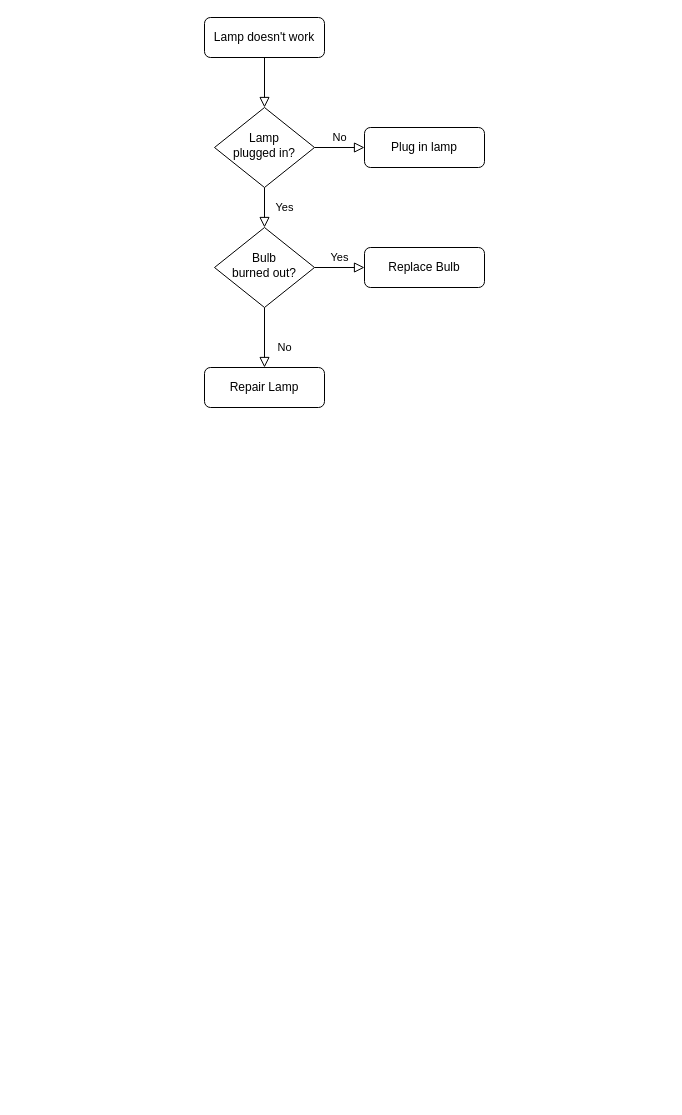
Earlier version of the draw.io diagram page "Page-1" (1 of 2) of Untitled Diagram.drawio (siyuan652/Ros_arduino_RobotArm_Joy). Source tidied: cells renumbered, new cells numbered last; positions are measured from the earlier drawing's top-left corner, leaving out a move shared by most shapes. Both pictures are drawn from the tidied source at 100%, with x=0, y=0 at pixel (204, 17).
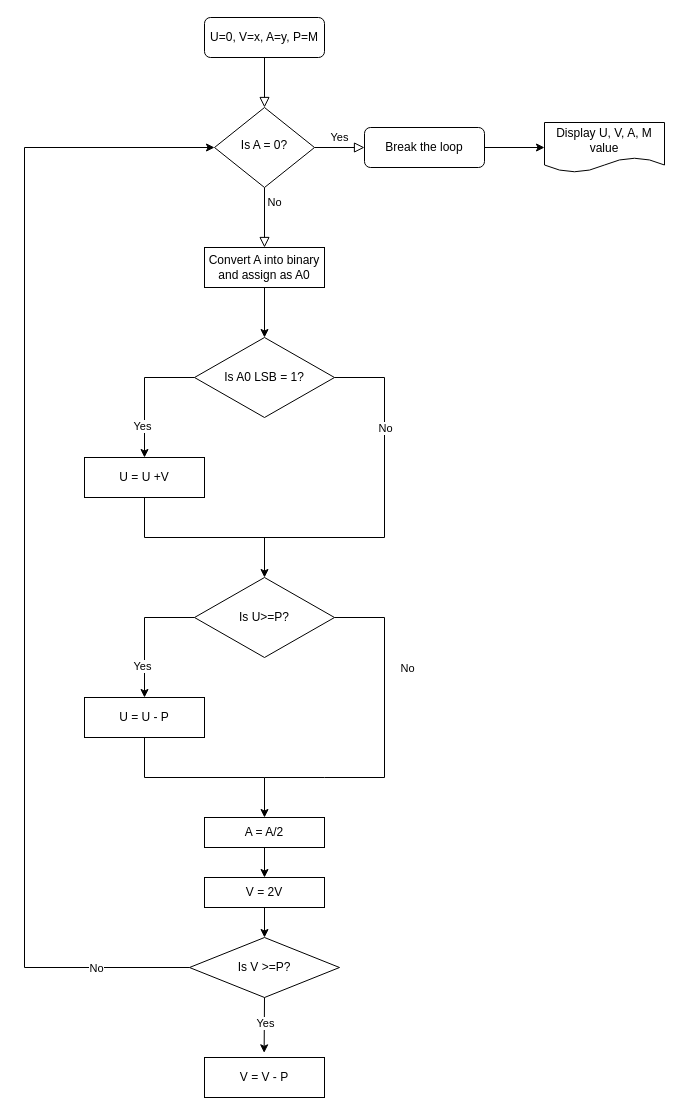
The same page after the edit.

The edit, as a diff of the source:
```diff
@@
-    <mxCell id="3" value="Lamp doesn't work" style="rounded=1;whiteSpace=wrap;html=1;fontSize=12;glass=0;strokeWidth=1;shadow=0;" parent="1" vertex="1">
+    <mxCell id="3" value="U=0, V=x, A=y, P=M" style="rounded=1;whiteSpace=wrap;html=1;fontSize=12;glass=0;strokeWidth=1;shadow=0;" parent="1" vertex="1">
       <mxGeometry width="120" height="40" as="geometry" />
     </mxCell>
-    <mxCell id="4" value="Yes" style="rounded=0;html=1;jettySize=auto;fontSize=11;endArrow=block;endFill=0;endSize=8;strokeWidth=1;shadow=0;labelBackgroundColor=none;edgeStyle=orthogonalEdgeStyle;" parent="1" edge="1" source="6" target="10">
-      <mxGeometry y="20" relative="1" as="geometry" />
+    <mxCell id="4" value="No" style="rounded=0;html=1;jettySize=auto;fontSize=11;endArrow=block;endFill=0;endSize=8;strokeWidth=1;shadow=0;labelBackgroundColor=none;edgeStyle=orthogonalEdgeStyle;entryX=0.5;entryY=0;entryDx=0;entryDy=0;" parent="1" edge="1" source="6" target="13">
+      <mxGeometry x="-0.51" y="10" relative="1" as="geometry" />
     </mxCell>
-    <mxCell id="5" value="No" style="edgeStyle=orthogonalEdgeStyle;rounded=0;html=1;jettySize=auto;fontSize=11;endArrow=block;endFill=0;endSize=8;strokeWidth=1;shadow=0;labelBackgroundColor=none;" parent="1" edge="1" source="6" target="7">
+    <mxCell id="5" value="Yes" style="edgeStyle=orthogonalEdgeStyle;rounded=0;html=1;jettySize=auto;fontSize=11;endArrow=block;endFill=0;endSize=8;strokeWidth=1;shadow=0;labelBackgroundColor=none;" parent="1" edge="1" source="6" target="7">
       <mxGeometry y="10" relative="1" as="geometry" />
     </mxCell>
-    <mxCell id="6" value="Lamp&lt;br&gt;plugged in?" style="rhombus;whiteSpace=wrap;html=1;shadow=0;fontFamily=Helvetica;fontSize=12;align=center;strokeWidth=1;spacing=6;spacingTop=-4;" parent="1" vertex="1">
+    <mxCell id="6" value="Is A = 0?" style="rhombus;whiteSpace=wrap;html=1;shadow=0;fontFamily=Helvetica;fontSize=12;align=center;strokeWidth=1;spacing=6;spacingTop=-4;" parent="1" vertex="1">
       <mxGeometry x="10" y="90" width="100" height="80" as="geometry" />
     </mxCell>
-    <mxCell id="7" value="Plug in lamp" style="rounded=1;whiteSpace=wrap;html=1;fontSize=12;glass=0;strokeWidth=1;shadow=0;" parent="1" vertex="1">
+    <mxCell id="7" value="Break the loop" style="rounded=1;whiteSpace=wrap;html=1;fontSize=12;glass=0;strokeWidth=1;shadow=0;" parent="1" vertex="1">
       <mxGeometry x="160" y="110" width="120" height="40" as="geometry" />
     </mxCell>
-    <mxCell id="8" value="No" style="rounded=0;html=1;jettySize=auto;fontSize=11;endArrow=block;endFill=0;endSize=8;strokeWidth=1;shadow=0;labelBackgroundColor=none;edgeStyle=orthogonalEdgeStyle;" parent="1" edge="1" source="10" target="11">
-      <mxGeometry x="0.33" y="20" relative="1" as="geometry" />
-    </mxCell>
-    <mxCell id="9" value="Yes" style="edgeStyle=orthogonalEdgeStyle;rounded=0;html=1;jettySize=auto;fontSize=11;endArrow=block;endFill=0;endSize=8;strokeWidth=1;shadow=0;labelBackgroundColor=none;" parent="1" edge="1" source="10" target="12">
-      <mxGeometry y="10" relative="1" as="geometry" />
-    </mxCell>
-    <mxCell id="10" value="Bulb&lt;br&gt;burned out?" style="rhombus;whiteSpace=wrap;html=1;shadow=0;fontFamily=Helvetica;fontSize=12;align=center;strokeWidth=1;spacing=6;spacingTop=-4;" parent="1" vertex="1">
-      <mxGeometry x="10" y="210" width="100" height="80" as="geometry" />
-    </mxCell>
-    <mxCell id="11" value="Repair Lamp" style="rounded=1;whiteSpace=wrap;html=1;fontSize=12;glass=0;strokeWidth=1;shadow=0;" parent="1" vertex="1">
-      <mxGeometry y="350" width="120" height="40" as="geometry" />
-    </mxCell>
-    <mxCell id="12" value="Replace Bulb" style="rounded=1;whiteSpace=wrap;html=1;fontSize=12;glass=0;strokeWidth=1;shadow=0;" parent="1" vertex="1">
-      <mxGeometry x="160" y="230" width="120" height="40" as="geometry" />
-    </mxCell>
+    <mxCell id="13" value="Convert A into binary and assign as A0" style="rounded=0;whiteSpace=wrap;html=1;" parent="1" vertex="1">
+      <mxGeometry y="230" width="120" height="40" as="geometry" />
+    </mxCell>
+    <mxCell id="14" value="Is A0 LSB = 1?" style="rhombus;whiteSpace=wrap;html=1;" parent="1" vertex="1">
+      <mxGeometry x="-10" y="320" width="140" height="80" as="geometry" />
+    </mxCell>
+    <mxCell id="15" style="endArrow=classic;html=1;rounded=0;exitX=0.5;exitY=1;exitDx=0;exitDy=0;entryX=0.5;entryY=0;entryDx=0;entryDy=0;" parent="1" edge="1" source="13" target="14">
+      <mxGeometry relative="1" as="geometry" />
+    </mxCell>
+    <mxCell id="16" style="endArrow=classic;html=1;rounded=0;exitX=0;exitY=0.5;exitDx=0;exitDy=0;" parent="1" edge="1" source="14">
+      <mxGeometry relative="1" as="geometry">
+        <mxPoint x="-60" y="440" as="targetPoint" />
+        <Array as="points">
+          <mxPoint x="-60" y="360" />
+        </Array>
+      </mxGeometry>
+    </mxCell>
+    <mxCell id="17" value="Yes" style="edgeLabel;html=1;align=center;verticalAlign=middle;" parent="16" vertex="1">
+      <mxGeometry x="0.5" y="-3" relative="1" as="geometry" />
+    </mxCell>
+    <mxCell id="18" style="endArrow=classic;html=1;rounded=0;exitX=1;exitY=0.5;exitDx=0;exitDy=0;" parent="1" edge="1" source="14">
+      <mxGeometry relative="1" as="geometry">
+        <mxPoint x="60" y="560" as="targetPoint" />
+        <Array as="points">
+          <mxPoint x="180" y="360" />
+          <mxPoint x="180" y="520" />
+          <mxPoint x="60" y="520" />
+        </Array>
+      </mxGeometry>
+    </mxCell>
+    <mxCell id="19" value="No" style="edgeLabel;html=1;align=center;verticalAlign=middle;" parent="18" vertex="1">
+      <mxGeometry x="0.44" y="2" relative="1" as="geometry">
+        <mxPoint x="56" y="-112" as="offset" />
+      </mxGeometry>
+    </mxCell>
+    <mxCell id="20" value="U = U +V" style="rounded=0;whiteSpace=wrap;html=1;" parent="1" vertex="1">
+      <mxGeometry x="-120" y="440" width="120" height="40" as="geometry" />
+    </mxCell>
+    <mxCell id="21" style="endArrow=none;html=1;rounded=0;exitX=0.5;exitY=1;exitDx=0;exitDy=0;" parent="1" edge="1" source="20">
+      <mxGeometry relative="1" as="geometry">
+        <mxPoint x="70" y="520" as="targetPoint" />
+        <Array as="points">
+          <mxPoint x="-60" y="520" />
+        </Array>
+      </mxGeometry>
+    </mxCell>
+    <mxCell id="22" value="Is U&amp;gt;=P?" style="rhombus;whiteSpace=wrap;html=1;" parent="1" vertex="1">
+      <mxGeometry x="-10" y="560" width="140" height="80" as="geometry" />
+    </mxCell>
+    <mxCell id="23" style="endArrow=classic;html=1;rounded=0;exitX=0;exitY=0.5;exitDx=0;exitDy=0;" parent="1" edge="1">
+      <mxGeometry relative="1" as="geometry">
+        <mxPoint x="-10" y="600" as="sourcePoint" />
+        <mxPoint x="-60" y="680" as="targetPoint" />
+        <Array as="points">
+          <mxPoint x="-60" y="600" />
+        </Array>
+      </mxGeometry>
+    </mxCell>
+    <mxCell id="24" value="Yes" style="edgeLabel;html=1;align=center;verticalAlign=middle;" parent="23" vertex="1">
+      <mxGeometry x="0.5" y="-3" relative="1" as="geometry" />
+    </mxCell>
+    <mxCell id="25" style="endArrow=classic;html=1;rounded=0;exitX=1;exitY=0.5;exitDx=0;exitDy=0;" parent="1" edge="1" source="22">
+      <mxGeometry relative="1" as="geometry">
+        <mxPoint x="60" y="800" as="targetPoint" />
+        <Array as="points">
+          <mxPoint x="180" y="600" />
+          <mxPoint x="180" y="760" />
+          <mxPoint x="120" y="760" />
+          <mxPoint x="60" y="760" />
+        </Array>
+      </mxGeometry>
+    </mxCell>
+    <mxCell id="26" value="No" style="edgeLabel;html=1;align=center;verticalAlign=middle;" parent="25" vertex="1">
+      <mxGeometry x="0.44" y="2" relative="1" as="geometry">
+        <mxPoint x="78" y="-112" as="offset" />
+      </mxGeometry>
+    </mxCell>
+    <mxCell id="27" value="U = U - P" style="rounded=0;whiteSpace=wrap;html=1;" parent="1" vertex="1">
+      <mxGeometry x="-120" y="680" width="120" height="40" as="geometry" />
+    </mxCell>
+    <mxCell id="28" style="endArrow=none;html=1;rounded=0;exitX=0.5;exitY=1;exitDx=0;exitDy=0;" parent="1" edge="1" source="27">
+      <mxGeometry relative="1" as="geometry">
+        <mxPoint x="60" y="760" as="targetPoint" />
+        <Array as="points">
+          <mxPoint x="-60" y="760" />
+        </Array>
+      </mxGeometry>
+    </mxCell>
+    <mxCell id="29" value="A = A/2" style="rounded=0;whiteSpace=wrap;html=1;" parent="1" vertex="1">
+      <mxGeometry y="800" width="120" height="30" as="geometry" />
+    </mxCell>
+    <mxCell id="30" style="endArrow=classic;html=1;rounded=0;exitX=0.5;exitY=1;exitDx=0;exitDy=0;entryX=0.5;entryY=0;entryDx=0;entryDy=0;" parent="1" edge="1" source="29" target="31">
+      <mxGeometry relative="1" as="geometry" />
+    </mxCell>
+    <mxCell id="31" value="V = 2V" style="rounded=0;whiteSpace=wrap;html=1;" parent="1" vertex="1">
+      <mxGeometry y="860" width="120" height="30" as="geometry" />
+    </mxCell>
+    <mxCell id="32" value="Is V &amp;gt;=P?" style="rhombus;whiteSpace=wrap;html=1;" parent="1" vertex="1">
+      <mxGeometry x="-15" y="920" width="150" height="60" as="geometry" />
+    </mxCell>
+    <mxCell id="33" style="endArrow=classic;html=1;rounded=0;exitX=0.5;exitY=1;exitDx=0;exitDy=0;entryX=0.497;entryY=-0.117;entryDx=0;entryDy=0;entryPerimeter=0;" parent="1" edge="1" source="32" target="36">
+      <mxGeometry relative="1" as="geometry" />
+    </mxCell>
+    <mxCell id="34" value="Yes" style="edgeLabel;html=1;align=center;verticalAlign=middle;" parent="33" vertex="1">
+      <mxGeometry x="-0.11" y="1" relative="1" as="geometry" />
+    </mxCell>
+    <mxCell id="35" style="endArrow=classic;html=1;rounded=0;exitX=0.5;exitY=1;exitDx=0;exitDy=0;entryX=0.5;entryY=0;entryDx=0;entryDy=0;" parent="1" edge="1" source="31" target="32">
+      <mxGeometry relative="1" as="geometry" />
+    </mxCell>
+    <mxCell id="36" value="V = V - P" style="rounded=0;whiteSpace=wrap;html=1;" parent="1" vertex="1">
+      <mxGeometry y="1040" width="120" height="40" as="geometry" />
+    </mxCell>
+    <mxCell id="37" style="endArrow=classic;html=1;rounded=0;exitX=0;exitY=0.5;exitDx=0;exitDy=0;entryX=0;entryY=0.5;entryDx=0;entryDy=0;" parent="1" edge="1" source="32" target="6">
+      <mxGeometry relative="1" as="geometry">
+        <Array as="points">
+          <mxPoint x="-180" y="950" />
+          <mxPoint x="-180" y="130" />
+        </Array>
+      </mxGeometry>
+    </mxCell>
+    <mxCell id="38" value="No" style="edgeLabel;html=1;align=center;verticalAlign=middle;" parent="37" vertex="1">
+      <mxGeometry x="-0.84" relative="1" as="geometry" />
+    </mxCell>
+    <mxCell id="39" style="endArrow=classic;html=1;rounded=0;exitX=1;exitY=0.5;exitDx=0;exitDy=0;" parent="1" edge="1" source="7">
+      <mxGeometry relative="1" as="geometry">
+        <mxPoint x="340" y="130" as="targetPoint" />
+      </mxGeometry>
+    </mxCell>
+    <mxCell id="40" value="Display U, V, A, M value" style="shape=document;whiteSpace=wrap;html=1;boundedLbl=1;" parent="1" vertex="1">
+      <mxGeometry x="340" y="105" width="120" height="50" as="geometry" />
+    </mxCell>
```
